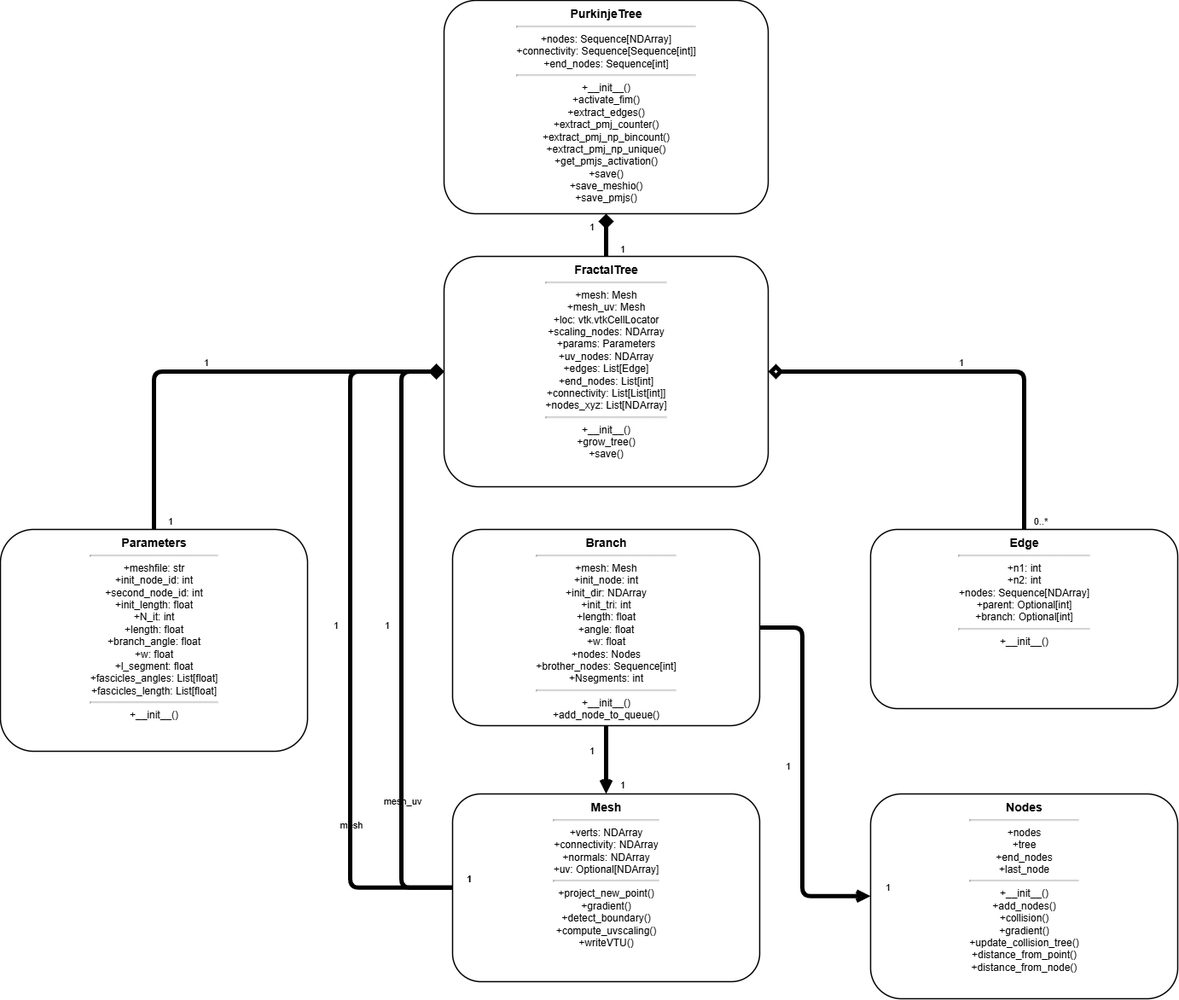
Before: docs/images/uml_class_diagram.png, a diagram exported from draw.io (ricardogr07/PurkinjeUV). Source tidied: cells renumbered, new cells last; positions are measured from the earlier drawing's top-left corner, leaving out a move shared by most shapes.
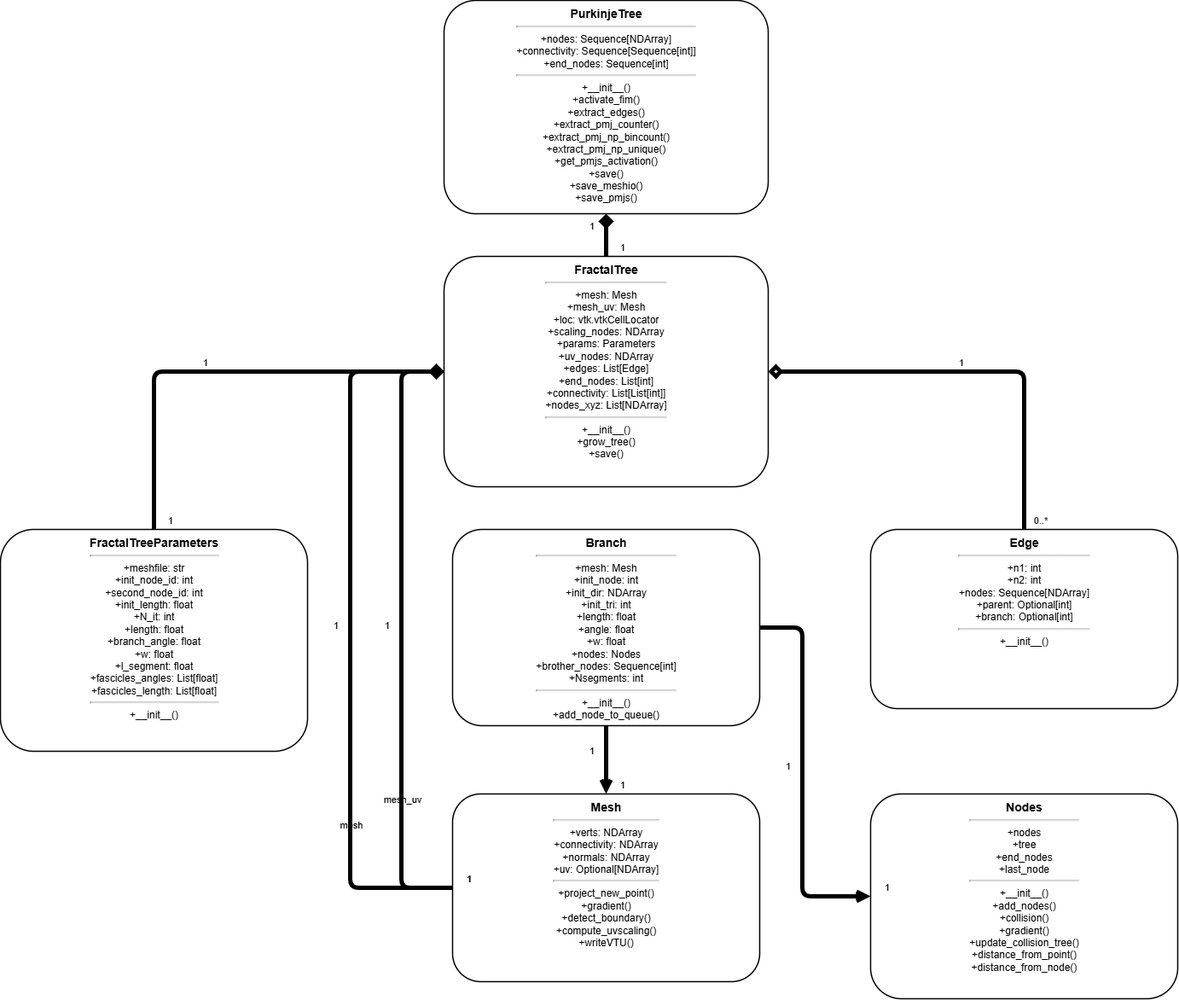
After the commit.

The edit, as a diff of the source:
```diff
@@ -8,7 +8,7 @@
     <mxCell id="3" value="&lt;div style=&quot;font-weight: bold; font-size: 14px;&quot;&gt;FractalTree&lt;/div&gt;&lt;hr&gt;&lt;div style=&quot;text-align:center&quot;&gt;+mesh: Mesh&lt;br&gt;+mesh_uv: Mesh&lt;br&gt;+loc: vtk.vtkCellLocator&lt;br&gt;+scaling_nodes: NDArray&lt;br&gt;+params: Parameters&lt;br&gt;+uv_nodes: NDArray&lt;br&gt;+edges: List[Edge]&lt;br&gt;+end_nodes: List[int]&lt;br&gt;+connectivity: List[List[int]]&lt;br&gt;+nodes_xyz: List[NDArray]&lt;/div&gt;&lt;hr&gt;&lt;div style=&quot;text-align:center&quot;&gt;+__init__()&lt;br&gt;+grow_tree()&lt;br&gt;+save()&lt;/div&gt;" style="shape=rectangle;whiteSpace=wrap;html=1;verticalAlign=top;align=center;rounded=1;strokeWidth=1.5;fontSize=12;shadow=0;labelBackgroundColor=none;" parent="1" vertex="1">
       <mxGeometry x="520" y="300" width="380" height="270" as="geometry" />
     </mxCell>
-    <mxCell id="4" value="&lt;div style=&quot;font-weight: bold; font-size: 14px;&quot;&gt;Parameters&lt;/div&gt;&lt;hr&gt;&lt;div style=&quot;text-align:center&quot;&gt;+meshfile: str&lt;br&gt;+init_node_id: int&lt;br&gt;+second_node_id: int&lt;br&gt;+init_length: float&lt;br&gt;+N_it: int&lt;br&gt;+length: float&lt;br&gt;+branch_angle: float&lt;br&gt;+w: float&lt;br&gt;+l_segment: float&lt;br&gt;+fascicles_angles: List[float]&lt;br&gt;+fascicles_length: List[float]&lt;/div&gt;&lt;hr&gt;&lt;div style=&quot;text-align:center&quot;&gt;+__init__()&lt;/div&gt;" style="shape=rectangle;whiteSpace=wrap;html=1;verticalAlign=top;align=center;rounded=1;strokeWidth=1.5;fontSize=12;shadow=0;labelBackgroundColor=none;" parent="1" vertex="1">
+    <mxCell id="4" value="&lt;div style=&quot;font-weight: bold; font-size: 14px;&quot;&gt;&lt;span style=&quot;background-color: transparent; color: light-dark(rgb(0, 0, 0), rgb(255, 255, 255));&quot;&gt;FractalTree&lt;/span&gt;Parameters&lt;/div&gt;&lt;hr&gt;&lt;div style=&quot;text-align:center&quot;&gt;+meshfile: str&lt;br&gt;+init_node_id: int&lt;br&gt;+second_node_id: int&lt;br&gt;+init_length: float&lt;br&gt;+N_it: int&lt;br&gt;+length: float&lt;br&gt;+branch_angle: float&lt;br&gt;+w: float&lt;br&gt;+l_segment: float&lt;br&gt;+fascicles_angles: List[float]&lt;br&gt;+fascicles_length: List[float]&lt;/div&gt;&lt;hr&gt;&lt;div style=&quot;text-align:center&quot;&gt;+__init__()&lt;/div&gt;" style="shape=rectangle;whiteSpace=wrap;html=1;verticalAlign=top;align=center;rounded=1;strokeWidth=1.5;fontSize=12;shadow=0;labelBackgroundColor=none;" parent="1" vertex="1">
       <mxGeometry y="620" width="360" height="260" as="geometry" />
     </mxCell>
     <mxCell id="5" value="&lt;div style=&quot;font-weight: bold; font-size: 14px;&quot;&gt;Branch&lt;/div&gt;&lt;hr&gt;&lt;div style=&quot;text-align:center&quot;&gt;+mesh: Mesh&lt;br&gt;+init_node: int&lt;br&gt;+init_dir: NDArray&lt;br&gt;+init_tri: int&lt;br&gt;+length: float&lt;br&gt;+angle: float&lt;br&gt;+w: float&lt;br&gt;+nodes: Nodes&lt;br&gt;+brother_nodes: Sequence[int]&lt;br&gt;+Nsegments: int&lt;/div&gt;&lt;hr&gt;&lt;div style=&quot;text-align:center&quot;&gt;+__init__()&lt;br&gt;+add_node_to_queue()&lt;/div&gt;" style="shape=rectangle;whiteSpace=wrap;html=1;verticalAlign=top;align=center;rounded=1;strokeWidth=1.5;fontSize=12;shadow=0;labelBackgroundColor=none;" parent="1" vertex="1">
```
